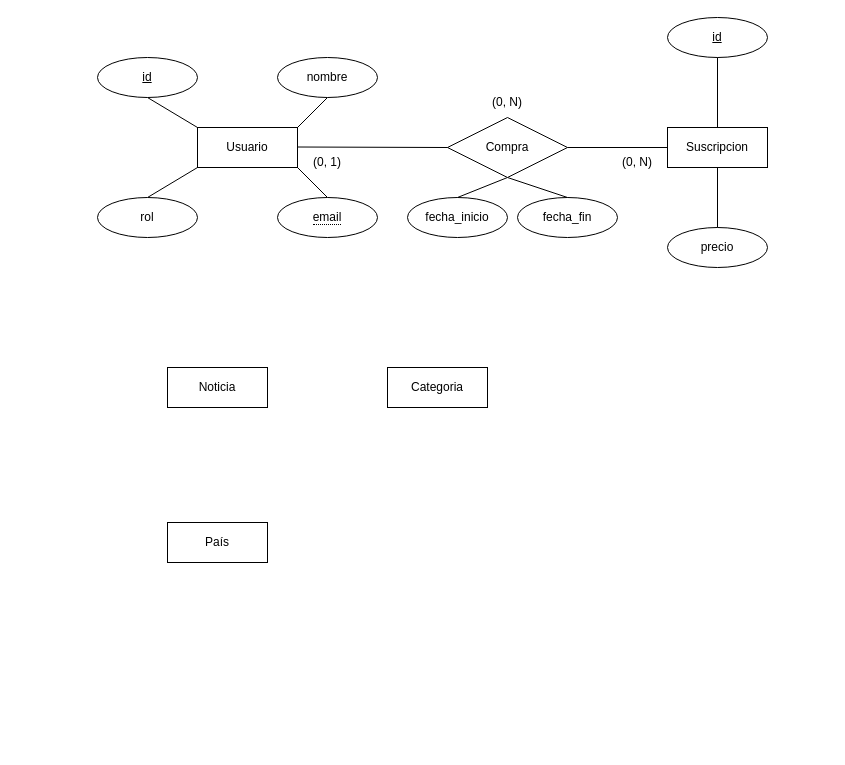
The draw.io diagram Proyecto Intermodular/Modelo Entidad-Relacion.drawio in AdriianVega/2_DAW, before the edit. Source tidied: cells renumbered, new cells numbered last; positions are measured from the earlier drawing's top-left corner, leaving out a move shared by most shapes. Both pictures are drawn from the tidied source at 100%, with x=0, y=0 at pixel (97, 17).
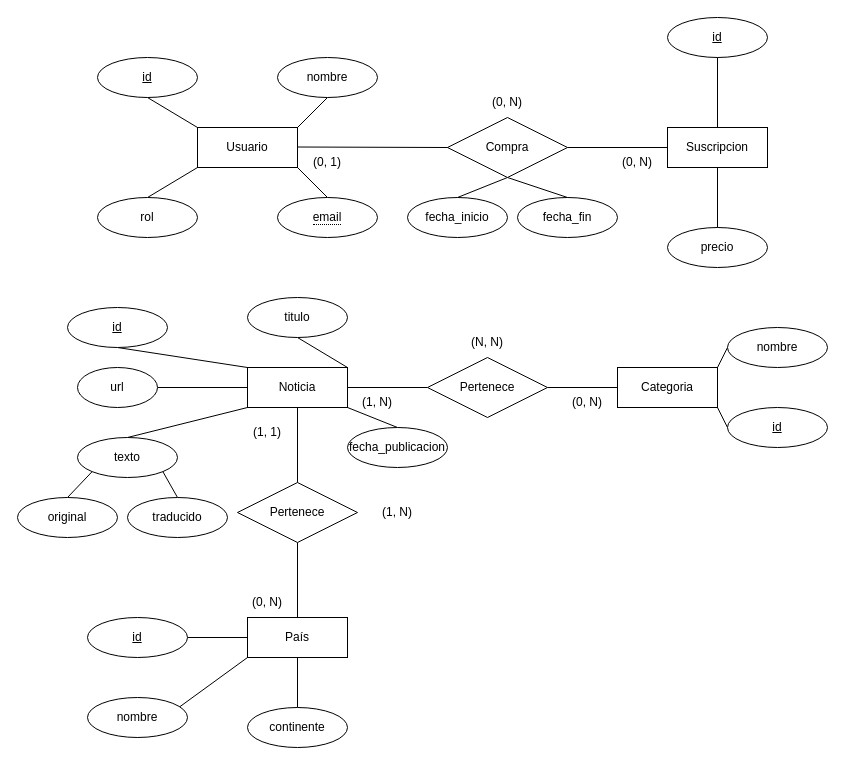
The same page after the edit.

Commit message (it also covers changes not shown here):
Diagrama ER y de clases Proyecto

What changed in the source:
```diff
@@
     <mxCell id="3" value="País" style="whiteSpace=wrap;html=1;align=center;" parent="1" vertex="1">
-      <mxGeometry x="70" y="505" width="100" height="40" as="geometry" />
+      <mxGeometry x="150" y="600" width="100" height="40" as="geometry" />
     </mxCell>
@@
     <mxCell id="5" value="Noticia" style="whiteSpace=wrap;html=1;align=center;" parent="1" vertex="1">
-      <mxGeometry x="70" y="350" width="100" height="40" as="geometry" />
+      <mxGeometry x="150" y="350" width="100" height="40" as="geometry" />
     </mxCell>
     <mxCell id="6" value="Categoria" style="whiteSpace=wrap;html=1;align=center;" parent="1" vertex="1">
-      <mxGeometry x="290" y="350" width="100" height="40" as="geometry" />
+      <mxGeometry x="520" y="350" width="100" height="40" as="geometry" />
     </mxCell>
@@
+    <mxCell id="30" style="endArrow=none;html=1;rounded=0;exitX=0.5;exitY=1;exitDx=0;exitDy=0;entryX=0;entryY=0;entryDx=0;entryDy=0;" parent="1" edge="1" source="31" target="5">
+      <mxGeometry relative="1" as="geometry" />
+    </mxCell>
+    <mxCell id="31" value="id" style="ellipse;whiteSpace=wrap;html=1;align=center;fontStyle=4;" parent="1" vertex="1">
+      <mxGeometry x="-30" y="290" width="100" height="40" as="geometry" />
+    </mxCell>
+    <mxCell id="32" style="endArrow=none;html=1;rounded=0;exitX=1;exitY=0;exitDx=0;exitDy=0;entryX=0.5;entryY=1;entryDx=0;entryDy=0;" parent="1" edge="1" source="5" target="33">
+      <mxGeometry relative="1" as="geometry" />
+    </mxCell>
+    <mxCell id="33" value="titulo" style="ellipse;whiteSpace=wrap;html=1;align=center;" parent="1" vertex="1">
+      <mxGeometry x="150" y="280" width="100" height="40" as="geometry" />
+    </mxCell>
+    <mxCell id="34" style="endArrow=none;html=1;rounded=0;entryX=0.5;entryY=0;entryDx=0;entryDy=0;exitX=0;exitY=1;exitDx=0;exitDy=0;" parent="1" edge="1" source="5" target="35">
+      <mxGeometry relative="1" as="geometry" />
+    </mxCell>
+    <mxCell id="35" value="texto" style="ellipse;whiteSpace=wrap;html=1;align=center;" parent="1" vertex="1">
+      <mxGeometry x="-20" y="420" width="100" height="40" as="geometry" />
+    </mxCell>
+    <mxCell id="36" style="endArrow=none;html=1;rounded=0;entryX=0.5;entryY=0;entryDx=0;entryDy=0;exitX=0;exitY=1;exitDx=0;exitDy=0;" parent="1" edge="1" source="35" target="37">
+      <mxGeometry relative="1" as="geometry" />
+    </mxCell>
+    <mxCell id="37" value="original" style="ellipse;whiteSpace=wrap;html=1;align=center;" parent="1" vertex="1">
+      <mxGeometry x="-80" y="480" width="100" height="40" as="geometry" />
+    </mxCell>
+    <mxCell id="38" style="endArrow=none;html=1;rounded=0;entryX=0.5;entryY=0;entryDx=0;entryDy=0;exitX=1;exitY=1;exitDx=0;exitDy=0;" parent="1" edge="1" source="35" target="39">
+      <mxGeometry relative="1" as="geometry" />
+    </mxCell>
+    <mxCell id="39" value="traducido" style="ellipse;whiteSpace=wrap;html=1;align=center;" parent="1" vertex="1">
+      <mxGeometry x="30" y="480" width="100" height="40" as="geometry" />
+    </mxCell>
+    <mxCell id="40" style="endArrow=none;html=1;rounded=0;entryX=0.5;entryY=0;entryDx=0;entryDy=0;exitX=1;exitY=1;exitDx=0;exitDy=0;" parent="1" edge="1" source="5" target="41">
+      <mxGeometry relative="1" as="geometry" />
+    </mxCell>
+    <mxCell id="41" value="fecha_publicacion" style="ellipse;whiteSpace=wrap;html=1;align=center;" parent="1" vertex="1">
+      <mxGeometry x="250" y="410" width="100" height="40" as="geometry" />
+    </mxCell>
+    <mxCell id="42" style="endArrow=none;html=1;rounded=0;entryX=0;entryY=0.5;entryDx=0;entryDy=0;exitX=1;exitY=0.5;exitDx=0;exitDy=0;" parent="1" edge="1" source="43" target="5">
+      <mxGeometry relative="1" as="geometry" />
+    </mxCell>
+    <mxCell id="43" value="url" style="ellipse;whiteSpace=wrap;html=1;align=center;" parent="1" vertex="1">
+      <mxGeometry x="-20" y="350" width="80" height="40" as="geometry" />
+    </mxCell>
+    <mxCell id="44" style="endArrow=none;html=1;rounded=0;exitX=1;exitY=0.5;exitDx=0;exitDy=0;entryX=0;entryY=0.5;entryDx=0;entryDy=0;" parent="1" edge="1" source="45" target="3">
+      <mxGeometry relative="1" as="geometry" />
+    </mxCell>
+    <mxCell id="45" value="id" style="ellipse;whiteSpace=wrap;html=1;align=center;fontStyle=4;" parent="1" vertex="1">
+      <mxGeometry x="-10" y="600" width="100" height="40" as="geometry" />
+    </mxCell>
+    <mxCell id="46" style="endArrow=none;html=1;rounded=0;exitX=0;exitY=1;exitDx=0;exitDy=0;entryX=0.5;entryY=1;entryDx=0;entryDy=0;" parent="1" edge="1" source="3" target="47">
+      <mxGeometry relative="1" as="geometry" />
+    </mxCell>
+    <mxCell id="47" value="nombre" style="ellipse;whiteSpace=wrap;html=1;align=center;" parent="1" vertex="1">
+      <mxGeometry x="-10" y="680" width="100" height="40" as="geometry" />
+    </mxCell>
+    <mxCell id="48" style="endArrow=none;html=1;rounded=0;entryX=0.5;entryY=0;entryDx=0;entryDy=0;exitX=0.5;exitY=1;exitDx=0;exitDy=0;" parent="1" edge="1" source="3" target="49">
+      <mxGeometry relative="1" as="geometry" />
+    </mxCell>
+    <mxCell id="49" value="continente" style="ellipse;whiteSpace=wrap;html=1;align=center;" parent="1" vertex="1">
+      <mxGeometry x="150" y="690" width="100" height="40" as="geometry" />
+    </mxCell>
+    <mxCell id="50" style="endArrow=none;html=1;rounded=0;entryX=0.5;entryY=0;entryDx=0;entryDy=0;exitX=0.5;exitY=1;exitDx=0;exitDy=0;" parent="1" edge="1" source="52" target="3">
+      <mxGeometry relative="1" as="geometry" />
+    </mxCell>
+    <mxCell id="51" style="endArrow=none;html=1;rounded=0;exitX=0.5;exitY=1;exitDx=0;exitDy=0;" parent="1" edge="1" source="5" target="52">
+      <mxGeometry relative="1" as="geometry" />
+    </mxCell>
+    <mxCell id="52" value="Pertenece" style="shape=rhombus;perimeter=rhombusPerimeter;whiteSpace=wrap;html=1;align=center;" parent="1" vertex="1">
+      <mxGeometry x="140" y="465" width="120" height="60" as="geometry" />
+    </mxCell>
+    <mxCell id="53" style="endArrow=none;html=1;rounded=0;entryX=0;entryY=0.5;entryDx=0;entryDy=0;" parent="1" edge="1" source="55" target="6">
+      <mxGeometry relative="1" as="geometry" />
+    </mxCell>
+    <mxCell id="54" style="endArrow=none;html=1;rounded=0;entryX=0;entryY=0.5;entryDx=0;entryDy=0;exitX=1;exitY=0.5;exitDx=0;exitDy=0;" parent="1" edge="1" source="5" target="55">
+      <mxGeometry relative="1" as="geometry" />
+    </mxCell>
+    <mxCell id="55" value="Pertenece" style="shape=rhombus;perimeter=rhombusPerimeter;whiteSpace=wrap;html=1;align=center;" parent="1" vertex="1">
+      <mxGeometry x="330" y="340" width="120" height="60" as="geometry" />
+    </mxCell>
+    <mxCell id="56" value="(1, N)" style="text;html=1;whiteSpace=wrap;strokeColor=none;fillColor=none;align=center;verticalAlign=middle;rounded=0;" parent="1" vertex="1">
+      <mxGeometry x="250" y="370" width="60" height="30" as="geometry" />
+    </mxCell>
+    <mxCell id="57" value="(0, N)" style="text;html=1;whiteSpace=wrap;strokeColor=none;fillColor=none;align=center;verticalAlign=middle;rounded=0;" parent="1" vertex="1">
+      <mxGeometry x="460" y="370" width="60" height="30" as="geometry" />
+    </mxCell>
+    <mxCell id="58" value="(N, N)" style="text;html=1;whiteSpace=wrap;strokeColor=none;fillColor=none;align=center;verticalAlign=middle;rounded=0;" parent="1" vertex="1">
+      <mxGeometry x="360" y="310" width="60" height="30" as="geometry" />
+    </mxCell>
+    <mxCell id="59" style="endArrow=none;html=1;rounded=0;exitX=0;exitY=0.5;exitDx=0;exitDy=0;entryX=1;entryY=1;entryDx=0;entryDy=0;" parent="1" edge="1" source="60" target="6">
+      <mxGeometry relative="1" as="geometry" />
+    </mxCell>
+    <mxCell id="60" value="id" style="ellipse;whiteSpace=wrap;html=1;align=center;fontStyle=4;" parent="1" vertex="1">
+      <mxGeometry x="630" y="390" width="100" height="40" as="geometry" />
+    </mxCell>
+    <mxCell id="61" style="endArrow=none;html=1;rounded=0;exitX=1;exitY=0;exitDx=0;exitDy=0;entryX=0;entryY=0.5;entryDx=0;entryDy=0;" parent="1" edge="1" source="6" target="62">
+      <mxGeometry relative="1" as="geometry" />
+    </mxCell>
+    <mxCell id="62" value="nombre" style="ellipse;whiteSpace=wrap;html=1;align=center;" parent="1" vertex="1">
+      <mxGeometry x="630" y="310" width="100" height="40" as="geometry" />
+    </mxCell>
+    <mxCell id="63" value="(1, 1)" style="text;html=1;whiteSpace=wrap;strokeColor=none;fillColor=none;align=center;verticalAlign=middle;rounded=0;" parent="1" vertex="1">
+      <mxGeometry x="140" y="400" width="60" height="30" as="geometry" />
+    </mxCell>
+    <mxCell id="64" value="(0, N)" style="text;html=1;whiteSpace=wrap;strokeColor=none;fillColor=none;align=center;verticalAlign=middle;rounded=0;" parent="1" vertex="1">
+      <mxGeometry x="140" y="570" width="60" height="30" as="geometry" />
+    </mxCell>
+    <mxCell id="65" value="(1, N)" style="text;html=1;whiteSpace=wrap;strokeColor=none;fillColor=none;align=center;verticalAlign=middle;rounded=0;" parent="1" vertex="1">
+      <mxGeometry x="270" y="480" width="60" height="30" as="geometry" />
+    </mxCell>
```
